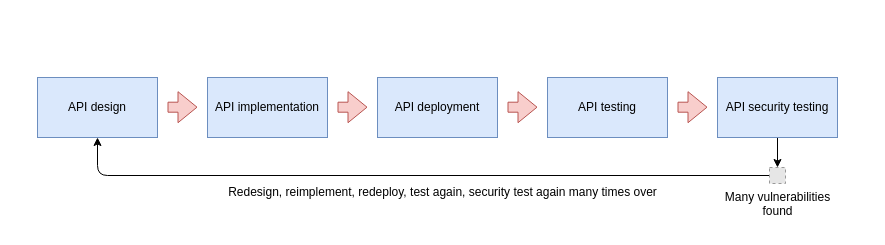
This is ch03.drawio from abunuwas/api-sec-book-imgs, a draw.io file, before an edit. Source tidied: cells renumbered, new cells numbered last; positions are measured from the earlier drawing's top-left corner, leaving out a move shared by most shapes. Both pictures are drawn from the tidied source at 100%, with x=0, y=0 at pixel (37, 77). Pictures stored in the file or linked from it are replaced by grey dashed boxes.
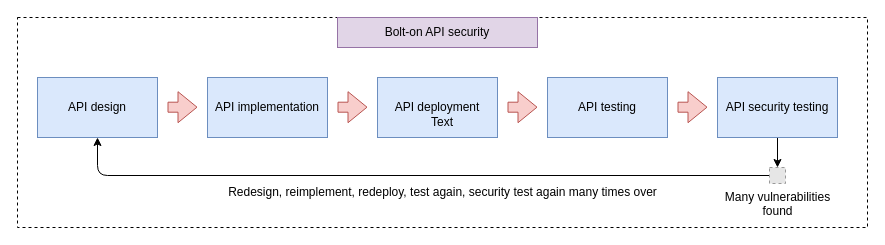
After the change.

Diff of the diagram source:
```diff
@@
+    <mxCell id="15" value="Text" style="text;html=1;align=center;verticalAlign=middle;whiteSpace=wrap;rounded=0;strokeColor=default;dashed=1;" parent="1" vertex="1">
+      <mxGeometry x="-20" y="-60" width="850" height="210" as="geometry" />
+    </mxCell>
+    <mxCell id="16" value="Bolt-on API security" style="text;html=1;align=center;verticalAlign=middle;whiteSpace=wrap;rounded=0;fillColor=#e1d5e7;strokeColor=#9673a6;" parent="1" vertex="1">
+      <mxGeometry x="300" y="-60" width="200" height="30" as="geometry" />
+    </mxCell>
```
